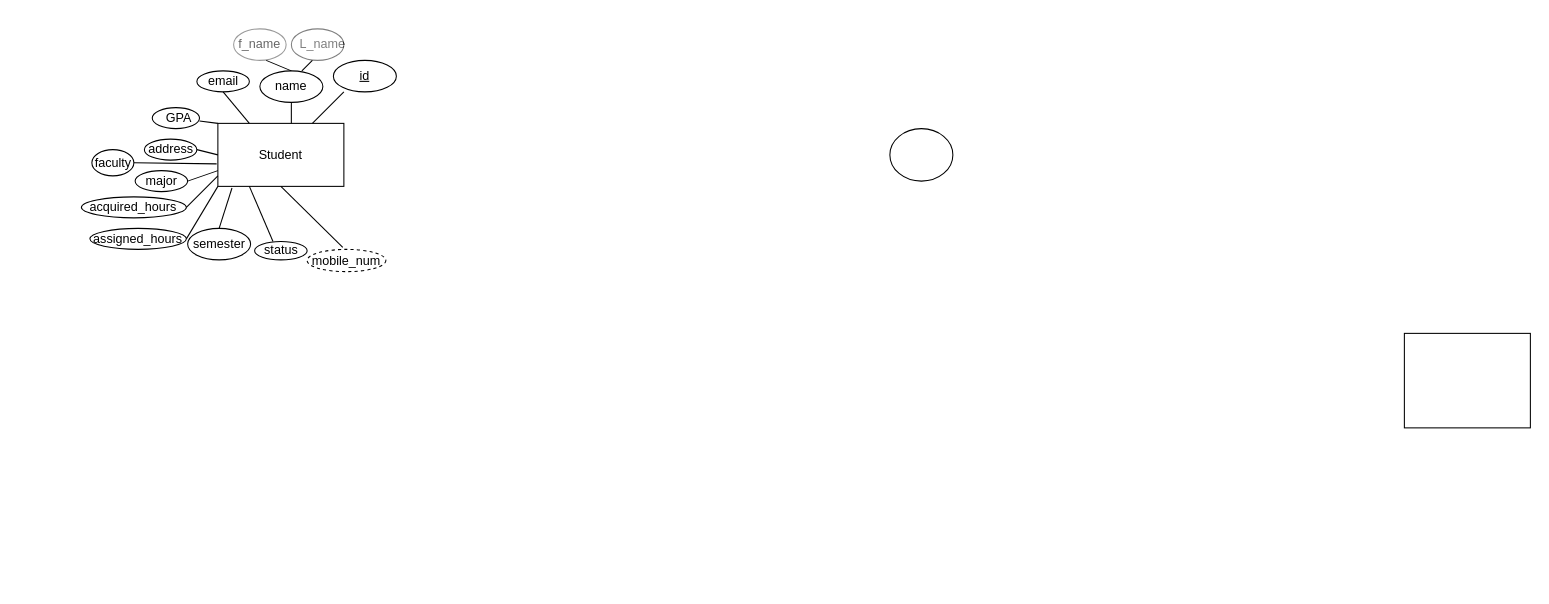
The draw.io diagram Untitled Diagram.drawio in moali7061/school_system, before the edit. Source tidied: cells renumbered, new cells numbered last; positions are measured from the earlier drawing's top-left corner, leaving out a move shared by most shapes. Both pictures are drawn from the tidied source at 105%, with x=0, y=0 at pixel (81, 28).
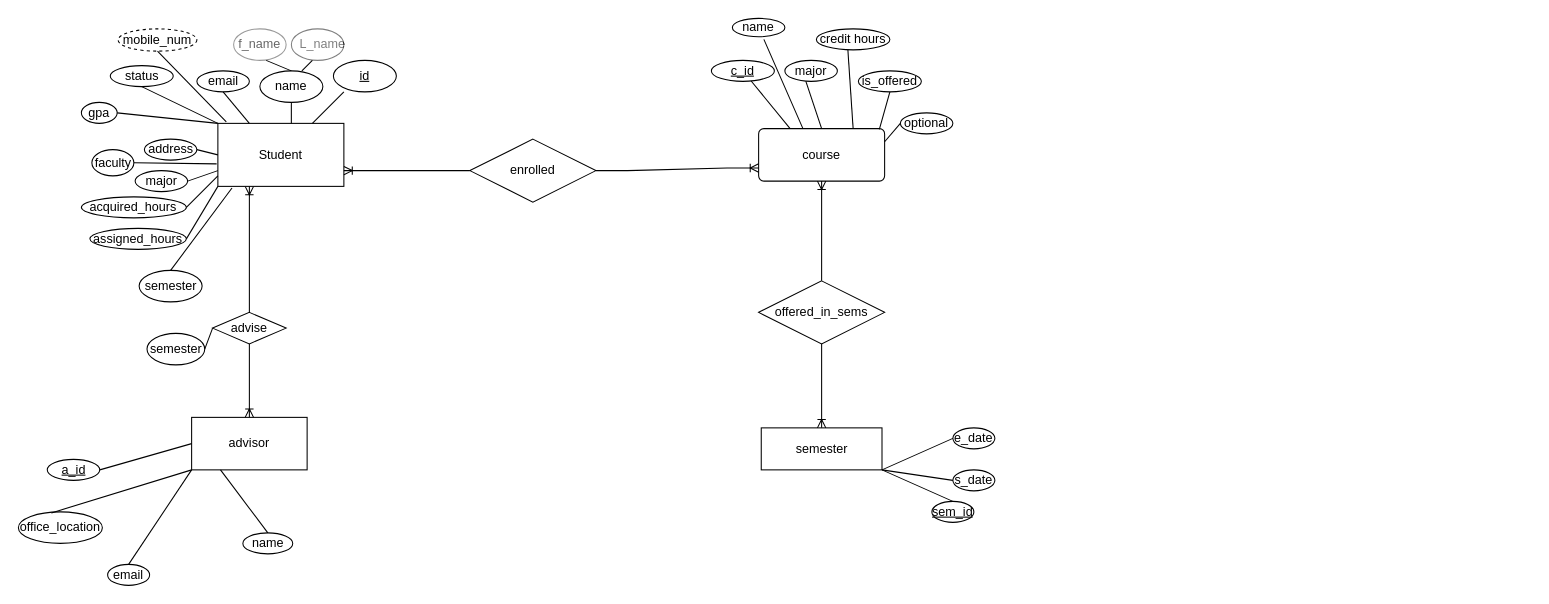
After the change.

Commit message:
course_and_semester

The change refers to these unchanged cells:
```xml
<mxCell id="2" style="rounded=0;whiteSpace=wrap;html=1;" parent="1" vertex="1">
  <mxGeometry x="130" y="90" width="120" height="60" as="geometry" />
</mxCell>
```

What changed in the source:
```diff
@@
+    <mxCell id="49" style="fontSize=12;html=1;endArrow=ERoneToMany;rounded=0;exitX=0.5;exitY=0;exitDx=0;exitDy=0;elbow=vertical;entryX=0.25;entryY=1;entryDx=0;entryDy=0;" parent="1" edge="1" source="85" target="2">
+      <mxGeometry relative="1" as="geometry" />
+    </mxCell>
@@
-    <mxCell id="3" style="rounded=0;whiteSpace=wrap;html=1;" parent="1" vertex="1">
-      <mxGeometry x="1260" y="290" width="120" height="90" as="geometry" />
-    </mxCell>
@@
-    <mxCell id="13" style="ellipse;whiteSpace=wrap;html=1;" parent="1" vertex="1">
-      <mxGeometry x="770" y="95" width="60" height="50" as="geometry" />
-    </mxCell>
@@
-    <mxCell id="22" style="ellipse;whiteSpace=wrap;html=1;" parent="1" vertex="1">
-      <mxGeometry x="67.5" y="75" width="45" height="20" as="geometry" />
-    </mxCell>
-    <mxCell id="23" value="GPA" style="text;html=1;align=center;verticalAlign=middle;whiteSpace=wrap;rounded=0;" parent="1" vertex="1">
-      <mxGeometry x="72.5" y="80" width="40" height="10" as="geometry" />
-    </mxCell>
@@
-    <mxCell id="25" style="endArrow=none;html=1;rounded=0;entryX=0;entryY=0;entryDx=0;entryDy=0;" parent="1" edge="1" source="23" target="2">
-      <mxGeometry relative="1" as="geometry" />
-    </mxCell>
@@
     <mxCell id="41" style="ellipse;whiteSpace=wrap;html=1;" parent="1" vertex="1">
-      <mxGeometry x="101.2" y="190" width="60" height="30" as="geometry" />
+      <mxGeometry x="55" y="230" width="60" height="30" as="geometry" />
     </mxCell>
     <mxCell id="42" value="semester" style="text;html=1;align=center;verticalAlign=middle;whiteSpace=wrap;rounded=0;" parent="1" vertex="1">
-      <mxGeometry x="108.8" y="197.5" width="45" height="15" as="geometry" />
+      <mxGeometry x="62.5" y="237.5" width="45" height="15" as="geometry" />
     </mxCell>
@@
-    <mxCell id="44" style="ellipse;whiteSpace=wrap;html=1;" parent="1" vertex="1">
-      <mxGeometry x="165" y="202.5" width="50" height="17.5" as="geometry" />
-    </mxCell>
-    <mxCell id="45" value="status" style="text;html=1;align=center;verticalAlign=middle;whiteSpace=wrap;rounded=0;" parent="1" vertex="1">
-      <mxGeometry x="182.5" y="208.8" width="15" height="5" as="geometry" />
-    </mxCell>
-    <mxCell id="46" style="endArrow=none;html=1;rounded=0;entryX=0.25;entryY=1;entryDx=0;entryDy=0;" parent="1" edge="1" target="2">
-      <mxGeometry relative="1" as="geometry">
-        <mxPoint x="182.5" y="202.5" as="sourcePoint" />
-      </mxGeometry>
-    </mxCell>
     <mxCell id="47" value="mobile_num" style="ellipse;whiteSpace=wrap;html=1;align=center;dashed=1;" parent="1" vertex="1">
-      <mxGeometry x="215" y="210" width="75" height="21.2" as="geometry" />
+      <mxGeometry x="35" width="75" height="21.2" as="geometry" />
     </mxCell>
-    <mxCell id="48" style="endArrow=none;html=1;rounded=0;exitX=0.453;exitY=-0.086;exitDx=0;exitDy=0;exitPerimeter=0;entryX=0.5;entryY=1;entryDx=0;entryDy=0;" parent="1" edge="1" source="47" target="2">
+    <mxCell id="48" style="endArrow=none;html=1;rounded=0;exitX=0.5;exitY=1;exitDx=0;exitDy=0;entryX=0.067;entryY=-0.022;entryDx=0;entryDy=0;entryPerimeter=0;" parent="1" edge="1" source="47" target="2">
       <mxGeometry relative="1" as="geometry" />
     </mxCell>
+    <mxCell id="50" value="course" style="rounded=1;arcSize=10;whiteSpace=wrap;html=1;align=center;" parent="1" vertex="1">
+      <mxGeometry x="645" y="95" width="120" height="50" as="geometry" />
+    </mxCell>
+    <mxCell id="51" value="&lt;u&gt;c_id&lt;/u&gt;" style="ellipse;whiteSpace=wrap;html=1;align=center;" parent="1" vertex="1">
+      <mxGeometry x="600" y="30" width="60" height="20" as="geometry" />
+    </mxCell>
+    <mxCell id="52" style="endArrow=none;html=1;rounded=0;exitX=0.25;exitY=0;exitDx=0;exitDy=0;" parent="1" edge="1" source="50" target="51">
+      <mxGeometry relative="1" as="geometry" />
+    </mxCell>
+    <mxCell id="53" value="name" style="ellipse;whiteSpace=wrap;html=1;align=center;" parent="1" vertex="1">
+      <mxGeometry x="620" y="-10" width="50" height="17.5" as="geometry" />
+    </mxCell>
+    <mxCell id="54" value="major" style="ellipse;whiteSpace=wrap;html=1;align=center;" parent="1" vertex="1">
+      <mxGeometry x="670" y="30" width="50" height="20" as="geometry" />
+    </mxCell>
+    <mxCell id="55" value="credit hours" style="ellipse;whiteSpace=wrap;html=1;align=center;" parent="1" vertex="1">
+      <mxGeometry x="700" width="70" height="20" as="geometry" />
+    </mxCell>
+    <mxCell id="56" value="is_offered" style="ellipse;whiteSpace=wrap;html=1;align=center;" parent="1" vertex="1">
+      <mxGeometry x="740" y="40" width="60" height="20" as="geometry" />
+    </mxCell>
+    <mxCell id="57" style="endArrow=none;html=1;rounded=0;exitX=0.35;exitY=-0.009;exitDx=0;exitDy=0;exitPerimeter=0;" parent="1" edge="1" source="50">
+      <mxGeometry relative="1" as="geometry">
+        <mxPoint x="650" y="10" as="targetPoint" />
+      </mxGeometry>
+    </mxCell>
+    <mxCell id="58" style="endArrow=none;html=1;rounded=0;exitX=0.5;exitY=0;exitDx=0;exitDy=0;" parent="1" edge="1" source="50">
+      <mxGeometry relative="1" as="geometry">
+        <mxPoint x="690" y="50" as="targetPoint" />
+      </mxGeometry>
+    </mxCell>
+    <mxCell id="59" style="endArrow=none;html=1;rounded=0;exitX=0.75;exitY=0;exitDx=0;exitDy=0;" parent="1" edge="1" source="50">
+      <mxGeometry relative="1" as="geometry">
+        <mxPoint x="730" y="20" as="targetPoint" />
+      </mxGeometry>
+    </mxCell>
+    <mxCell id="60" style="endArrow=none;html=1;rounded=0;exitX=0.958;exitY=0.015;exitDx=0;exitDy=0;exitPerimeter=0;" parent="1" edge="1" source="50">
+      <mxGeometry relative="1" as="geometry">
+        <mxPoint x="770" y="60" as="targetPoint" />
+      </mxGeometry>
+    </mxCell>
+    <mxCell id="61" value="optional" style="ellipse;whiteSpace=wrap;html=1;align=center;" parent="1" vertex="1">
+      <mxGeometry x="780" y="80" width="50" height="20" as="geometry" />
+    </mxCell>
+    <mxCell id="62" style="endArrow=none;html=1;rounded=0;exitX=1;exitY=0.25;exitDx=0;exitDy=0;" parent="1" edge="1" source="50">
+      <mxGeometry relative="1" as="geometry">
+        <mxPoint x="780" y="90" as="targetPoint" />
+      </mxGeometry>
+    </mxCell>
+    <mxCell id="63" value="enrolled" style="shape=rhombus;perimeter=rhombusPerimeter;whiteSpace=wrap;html=1;align=center;" parent="1" vertex="1">
+      <mxGeometry x="370" y="105" width="120" height="60" as="geometry" />
+    </mxCell>
+    <mxCell id="64" style="edgeStyle=entityRelationEdgeStyle;fontSize=12;html=1;endArrow=ERoneToMany;rounded=0;exitX=0;exitY=0.5;exitDx=0;exitDy=0;entryX=1;entryY=0.75;entryDx=0;entryDy=0;" parent="1" edge="1" source="63" target="2">
+      <mxGeometry relative="1" as="geometry" />
+    </mxCell>
+    <mxCell id="65" style="edgeStyle=entityRelationEdgeStyle;fontSize=12;html=1;endArrow=ERoneToMany;rounded=0;exitX=1;exitY=0.5;exitDx=0;exitDy=0;entryX=0;entryY=0.75;entryDx=0;entryDy=0;" parent="1" edge="1" source="63" target="50">
+      <mxGeometry relative="1" as="geometry" />
+    </mxCell>
+    <mxCell id="66" value="semester" style="whiteSpace=wrap;html=1;align=center;" parent="1" vertex="1">
+      <mxGeometry x="647.5" y="380" width="115" height="40" as="geometry" />
+    </mxCell>
+    <mxCell id="67" value="&lt;u&gt;sem_id&lt;/u&gt;" style="ellipse;whiteSpace=wrap;html=1;align=center;" parent="1" vertex="1">
+      <mxGeometry x="810" y="450" width="40" height="20" as="geometry" />
+    </mxCell>
+    <mxCell id="68" value="s_date" style="ellipse;whiteSpace=wrap;html=1;align=center;" parent="1" vertex="1">
+      <mxGeometry x="830" y="420" width="40" height="20" as="geometry" />
+    </mxCell>
+    <mxCell id="69" value="e_date" style="ellipse;whiteSpace=wrap;html=1;align=center;" parent="1" vertex="1">
+      <mxGeometry x="830" y="380" width="40" height="20" as="geometry" />
+    </mxCell>
+    <mxCell id="70" style="endArrow=none;html=1;rounded=0;entryX=1;entryY=1;entryDx=0;entryDy=0;exitX=0.5;exitY=0;exitDx=0;exitDy=0;" parent="1" edge="1" source="67" target="66">
+      <mxGeometry relative="1" as="geometry" />
+    </mxCell>
+    <mxCell id="71" style="endArrow=none;html=1;rounded=0;entryX=1;entryY=1;entryDx=0;entryDy=0;exitX=0;exitY=0.5;exitDx=0;exitDy=0;" parent="1" edge="1" source="68" target="66">
+      <mxGeometry relative="1" as="geometry" />
+    </mxCell>
+    <mxCell id="72" style="endArrow=none;html=1;rounded=0;entryX=1;entryY=1;entryDx=0;entryDy=0;exitX=0;exitY=0.5;exitDx=0;exitDy=0;" parent="1" edge="1" source="69" target="66">
+      <mxGeometry relative="1" as="geometry" />
+    </mxCell>
+    <mxCell id="73" value="offered_in_sems" style="shape=rhombus;perimeter=rhombusPerimeter;whiteSpace=wrap;html=1;align=center;" parent="1" vertex="1">
+      <mxGeometry x="645" y="240" width="120" height="60" as="geometry" />
+    </mxCell>
+    <mxCell id="74" style="fontSize=12;html=1;endArrow=ERoneToMany;rounded=0;entryX=0.5;entryY=1;entryDx=0;entryDy=0;exitX=0.5;exitY=0;exitDx=0;exitDy=0;" parent="1" edge="1" source="73" target="50">
+      <mxGeometry relative="1" as="geometry" />
+    </mxCell>
+    <mxCell id="75" style="fontSize=12;html=1;endArrow=ERoneToMany;rounded=0;entryX=0.5;entryY=0;entryDx=0;entryDy=0;exitX=0.5;exitY=1;exitDx=0;exitDy=0;" parent="1" edge="1" source="73" target="66">
+      <mxGeometry relative="1" as="geometry" />
+    </mxCell>
+    <mxCell id="76" value="advisor" style="whiteSpace=wrap;html=1;align=center;" parent="1" vertex="1">
+      <mxGeometry x="105" y="370" width="110" height="50" as="geometry" />
+    </mxCell>
+    <mxCell id="77" value="&lt;u&gt;a_id&lt;/u&gt;" style="ellipse;whiteSpace=wrap;html=1;align=center;" parent="1" vertex="1">
+      <mxGeometry x="-32.5" y="410" width="50" height="20" as="geometry" />
+    </mxCell>
+    <mxCell id="78" value="email" style="ellipse;whiteSpace=wrap;html=1;align=center;" parent="1" vertex="1">
+      <mxGeometry x="25" y="510" width="40" height="20" as="geometry" />
+    </mxCell>
+    <mxCell id="79" value="name" style="ellipse;whiteSpace=wrap;html=1;align=center;" parent="1" vertex="1">
+      <mxGeometry x="153.8" y="480" width="47.5" height="20" as="geometry" />
+    </mxCell>
+    <mxCell id="80" value="office_location" style="ellipse;whiteSpace=wrap;html=1;align=center;" parent="1" vertex="1">
+      <mxGeometry x="-60" y="460" width="80" height="30" as="geometry" />
+    </mxCell>
+    <mxCell id="81" style="endArrow=none;html=1;rounded=0;exitX=1;exitY=0.5;exitDx=0;exitDy=0;entryX=0;entryY=0.5;entryDx=0;entryDy=0;" parent="1" edge="1" source="77" target="76">
+      <mxGeometry relative="1" as="geometry" />
+    </mxCell>
+    <mxCell id="82" style="endArrow=none;html=1;rounded=0;entryX=0;entryY=1;entryDx=0;entryDy=0;exitX=0.393;exitY=0.033;exitDx=0;exitDy=0;exitPerimeter=0;" parent="1" edge="1" source="80" target="76">
+      <mxGeometry relative="1" as="geometry" />
+    </mxCell>
+    <mxCell id="83" style="endArrow=none;html=1;rounded=0;exitX=0.5;exitY=0;exitDx=0;exitDy=0;entryX=0;entryY=1;entryDx=0;entryDy=0;" parent="1" edge="1" source="78" target="76">
+      <mxGeometry relative="1" as="geometry" />
+    </mxCell>
+    <mxCell id="84" style="endArrow=none;html=1;rounded=0;exitX=0.5;exitY=0;exitDx=0;exitDy=0;entryX=0.25;entryY=1;entryDx=0;entryDy=0;" parent="1" edge="1" source="79" target="76">
+      <mxGeometry relative="1" as="geometry" />
+    </mxCell>
+    <mxCell id="85" value="advise" style="shape=rhombus;perimeter=rhombusPerimeter;whiteSpace=wrap;html=1;align=center;" parent="1" vertex="1">
+      <mxGeometry x="125" y="270" width="70" height="30" as="geometry" />
+    </mxCell>
+    <mxCell id="86" style="fontSize=12;html=1;endArrow=ERoneToMany;rounded=0;entryX=0.5;entryY=0;entryDx=0;entryDy=0;exitX=0.5;exitY=1;exitDx=0;exitDy=0;elbow=vertical;" parent="1" edge="1" source="85" target="76">
+      <mxGeometry relative="1" as="geometry" />
+    </mxCell>
+    <mxCell id="45" value="status" style="ellipse;whiteSpace=wrap;html=1;align=center;" parent="1" vertex="1">
+      <mxGeometry x="27.5" y="35" width="60" height="20" as="geometry" />
+    </mxCell>
+    <mxCell id="87" style="endArrow=none;html=1;rounded=0;entryX=0.5;entryY=1;entryDx=0;entryDy=0;exitX=0;exitY=0;exitDx=0;exitDy=0;" parent="1" edge="1" source="2" target="45">
+      <mxGeometry relative="1" as="geometry" />
+    </mxCell>
+    <mxCell id="88" value="semester" style="ellipse;whiteSpace=wrap;html=1;align=center;" parent="1" vertex="1">
+      <mxGeometry x="62.5" y="290" width="55" height="30" as="geometry" />
+    </mxCell>
+    <mxCell id="89" style="endArrow=none;html=1;rounded=0;exitX=1;exitY=0.5;exitDx=0;exitDy=0;entryX=0;entryY=0.5;entryDx=0;entryDy=0;" parent="1" edge="1" source="88" target="85">
+      <mxGeometry relative="1" as="geometry" />
+    </mxCell>
+    <mxCell id="90" value="gpa" style="ellipse;whiteSpace=wrap;html=1;align=center;" parent="1" vertex="1">
+      <mxGeometry y="70" width="34.1" height="20" as="geometry" />
+    </mxCell>
+    <mxCell id="91" style="endArrow=none;html=1;rounded=0;exitX=1;exitY=0.5;exitDx=0;exitDy=0;" parent="1" edge="1" source="90">
+      <mxGeometry relative="1" as="geometry">
+        <mxPoint x="130" y="90" as="targetPoint" />
+      </mxGeometry>
+    </mxCell>
```
